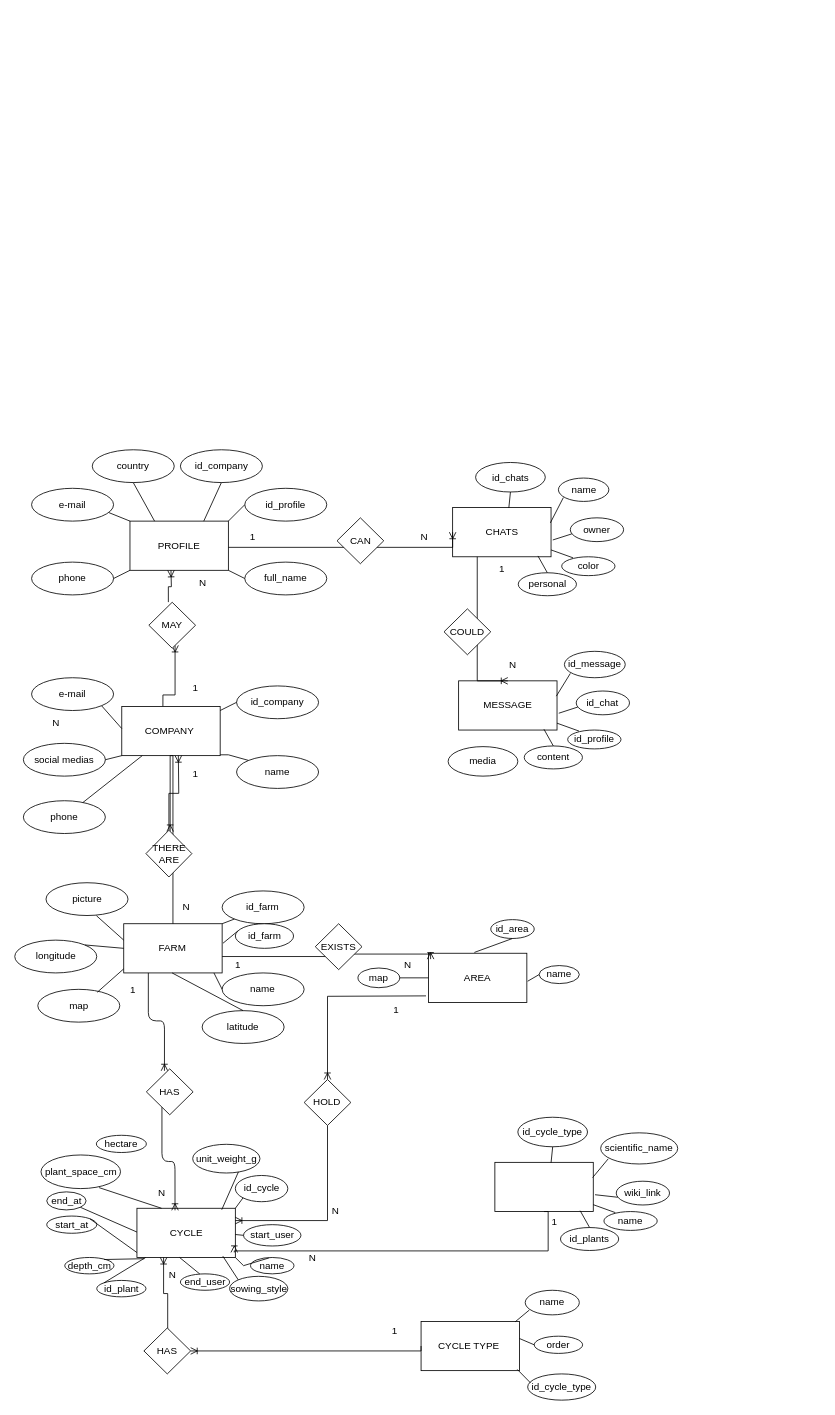
Before: page "HARVORY" (9 of 9) of HARVORY.drawio in LuisCatin/galeria, a draw.io diagram. Source tidied: cells renumbered, new cells numbered last; positions are measured from the earlier drawing's top-left corner, leaving out a move shared by most shapes. Both pictures are drawn from the tidied source at 82%, with x=0, y=0 at pixel (15, 449).
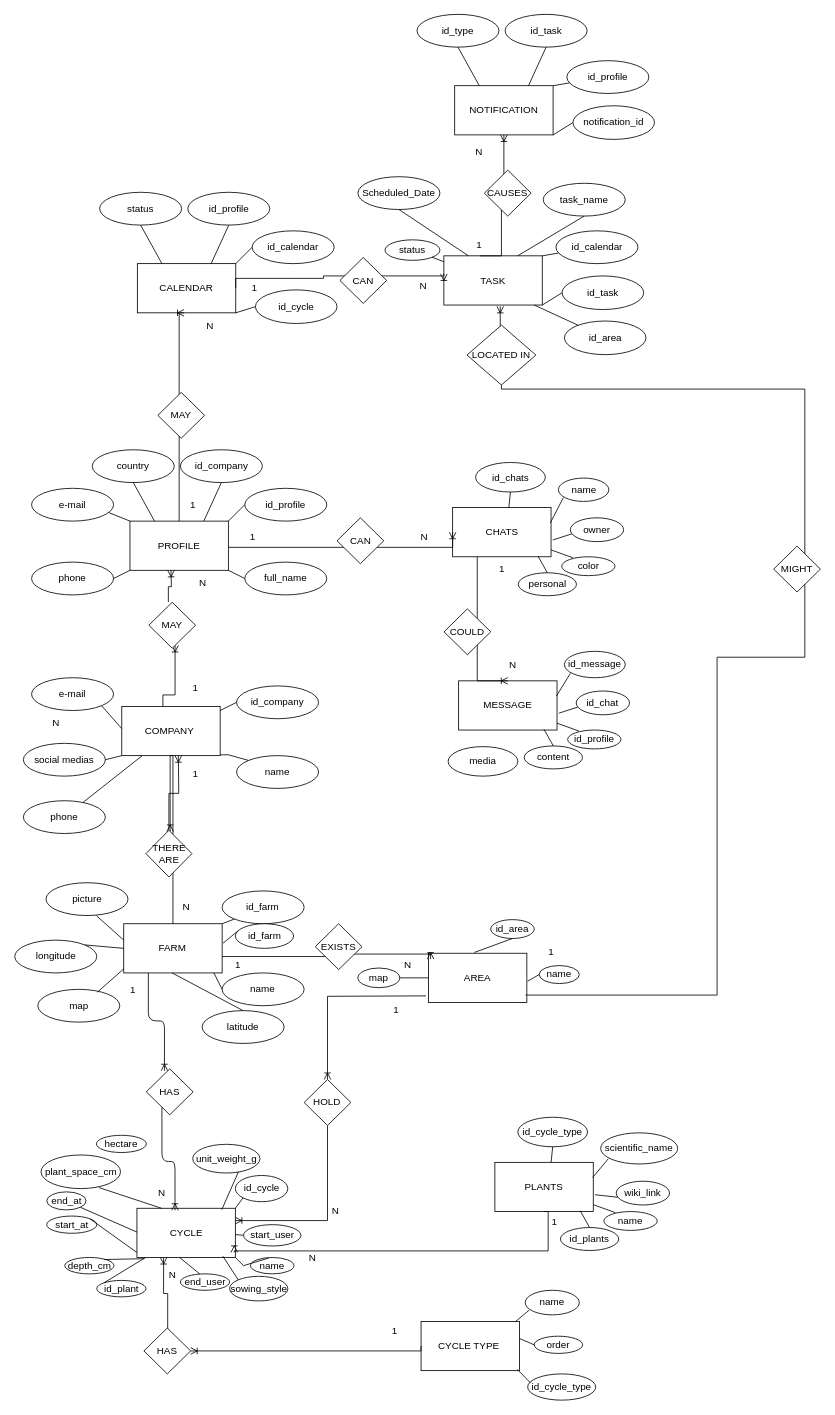
The same page after the edit.

The change refers to these unchanged cells:
```xml
<mxCell id="2" value="PROFILE" style="rounded=0;whiteSpace=wrap;html=1;" parent="1" vertex="1">
  <mxGeometry x="140" y="87" width="120" height="60" as="geometry" />
</mxCell>
```

Diff of the diagram source:
```diff
@@
-    <mxCell id="49" value=" " style="rounded=0;whiteSpace=wrap;html=1;" parent="1" vertex="1">
+    <mxCell id="49" value="PLANTS" style="rounded=0;whiteSpace=wrap;html=1;" parent="1" vertex="1">
       <mxGeometry x="585" y="869" width="120" height="60" as="geometry" />
     </mxCell>
@@
+    <mxCell id="152" value="CALENDAR" style="rounded=0;whiteSpace=wrap;html=1;" parent="1" vertex="1">
+      <mxGeometry x="149" y="-227" width="120" height="60" as="geometry" />
+    </mxCell>
+    <mxCell id="153" value="id_calendar" style="ellipse;whiteSpace=wrap;html=1;" parent="1" vertex="1">
+      <mxGeometry x="289" y="-267" width="100" height="40" as="geometry" />
+    </mxCell>
+    <mxCell id="154" value="id_cycle" style="ellipse;whiteSpace=wrap;html=1;" parent="1" vertex="1">
+      <mxGeometry x="293" y="-195" width="99.5" height="41" as="geometry" />
+    </mxCell>
+    <mxCell id="155" style="endArrow=none;html=1;rounded=0;entryX=0;entryY=0.5;entryDx=0;entryDy=0;" parent="1" edge="1" target="154">
+      <mxGeometry relative="1" as="geometry">
+        <mxPoint x="269" y="-167" as="sourcePoint" />
+      </mxGeometry>
+    </mxCell>
+    <mxCell id="156" style="endArrow=none;html=1;rounded=0;entryX=0;entryY=0.5;entryDx=0;entryDy=0;" parent="1" edge="1" target="153">
+      <mxGeometry relative="1" as="geometry">
+        <mxPoint x="269" y="-227" as="sourcePoint" />
+      </mxGeometry>
+    </mxCell>
+    <mxCell id="157" value="N" style="text;html=1;whiteSpace=wrap;strokeColor=none;fillColor=none;align=center;verticalAlign=middle;rounded=0;" parent="1" vertex="1">
+      <mxGeometry x="208" y="-166" width="60" height="30" as="geometry" />
+    </mxCell>
+    <mxCell id="158" value="status" style="ellipse;whiteSpace=wrap;html=1;" parent="1" vertex="1">
+      <mxGeometry x="103" y="-314" width="100" height="40" as="geometry" />
+    </mxCell>
+    <mxCell id="159" value="id_profile" style="ellipse;whiteSpace=wrap;html=1;" parent="1" vertex="1">
+      <mxGeometry x="210.5" y="-314" width="100" height="40" as="geometry" />
+    </mxCell>
+    <mxCell id="160" style="endArrow=none;html=1;rounded=0;exitX=0.25;exitY=0;exitDx=0;exitDy=0;entryX=0.5;entryY=1;entryDx=0;entryDy=0;" parent="1" edge="1" source="152" target="158">
+      <mxGeometry relative="1" as="geometry" />
+    </mxCell>
+    <mxCell id="161" style="endArrow=none;html=1;rounded=0;exitX=0.75;exitY=0;exitDx=0;exitDy=0;entryX=0.5;entryY=1;entryDx=0;entryDy=0;" parent="1" edge="1" source="152" target="159">
+      <mxGeometry relative="1" as="geometry" />
+    </mxCell>
+    <mxCell id="162" style="edgeStyle=orthogonalEdgeStyle;fontSize=12;html=1;endArrow=ERoneToMany;rounded=0;exitX=0.5;exitY=0;exitDx=0;exitDy=0;" parent="1" edge="1" source="2">
+      <mxGeometry relative="1" as="geometry">
+        <mxPoint x="206" y="-167" as="targetPoint" />
+        <Array as="points">
+          <mxPoint x="200" y="-167" />
+        </Array>
+      </mxGeometry>
+    </mxCell>
+    <mxCell id="163" value="1" style="text;html=1;whiteSpace=wrap;strokeColor=none;fillColor=none;align=center;verticalAlign=middle;rounded=0;" parent="1" vertex="1">
+      <mxGeometry x="187" y="53" width="60" height="30" as="geometry" />
+    </mxCell>
+    <mxCell id="164" value="MAY" style="rhombus;whiteSpace=wrap;html=1;" parent="1" vertex="1">
+      <mxGeometry x="174" y="-70" width="57" height="56" as="geometry" />
+    </mxCell>
+    <mxCell id="165" value="TASK" style="rounded=0;whiteSpace=wrap;html=1;" parent="1" vertex="1">
+      <mxGeometry x="522.8" y="-236.5" width="120" height="60" as="geometry" />
+    </mxCell>
+    <mxCell id="166" value="id_calendar" style="ellipse;whiteSpace=wrap;html=1;" parent="1" vertex="1">
+      <mxGeometry x="659.5" y="-267" width="100" height="40" as="geometry" />
+    </mxCell>
+    <mxCell id="167" value="id_task" style="ellipse;whiteSpace=wrap;html=1;" parent="1" vertex="1">
+      <mxGeometry x="667" y="-212" width="99.5" height="41" as="geometry" />
+    </mxCell>
+    <mxCell id="168" style="endArrow=none;html=1;rounded=0;entryX=0;entryY=0.5;entryDx=0;entryDy=0;" parent="1" edge="1" target="167">
+      <mxGeometry relative="1" as="geometry">
+        <mxPoint x="642.8" y="-176.5" as="sourcePoint" />
+      </mxGeometry>
+    </mxCell>
+    <mxCell id="169" style="endArrow=none;html=1;rounded=0;" parent="1" edge="1" target="166">
+      <mxGeometry relative="1" as="geometry">
+        <mxPoint x="642.8" y="-236.5" as="sourcePoint" />
+      </mxGeometry>
+    </mxCell>
+    <mxCell id="170" value="N" style="text;html=1;whiteSpace=wrap;strokeColor=none;fillColor=none;align=center;verticalAlign=middle;rounded=0;" parent="1" vertex="1">
+      <mxGeometry x="467.8" y="-214.5" width="60" height="30" as="geometry" />
+    </mxCell>
+    <mxCell id="171" value="Scheduled_Date" style="ellipse;whiteSpace=wrap;html=1;" parent="1" vertex="1">
+      <mxGeometry x="418" y="-333" width="100" height="40" as="geometry" />
+    </mxCell>
+    <mxCell id="172" value="task_name" style="ellipse;whiteSpace=wrap;html=1;" parent="1" vertex="1">
+      <mxGeometry x="644" y="-325" width="100" height="40" as="geometry" />
+    </mxCell>
+    <mxCell id="173" style="endArrow=none;html=1;rounded=0;exitX=0.25;exitY=0;exitDx=0;exitDy=0;entryX=0.5;entryY=1;entryDx=0;entryDy=0;" parent="1" edge="1" source="165" target="171">
+      <mxGeometry relative="1" as="geometry" />
+    </mxCell>
+    <mxCell id="174" style="endArrow=none;html=1;rounded=0;exitX=0.75;exitY=0;exitDx=0;exitDy=0;entryX=0.5;entryY=1;entryDx=0;entryDy=0;" parent="1" edge="1" source="165" target="172">
+      <mxGeometry relative="1" as="geometry" />
+    </mxCell>
+    <mxCell id="175" value="status" style="ellipse;whiteSpace=wrap;html=1;" parent="1" vertex="1">
+      <mxGeometry x="451" y="-256" width="67" height="25" as="geometry" />
+    </mxCell>
+    <mxCell id="176" style="endArrow=none;html=1;rounded=0;entryX=1;entryY=1;entryDx=0;entryDy=0;" parent="1" edge="1" source="165" target="175">
+      <mxGeometry relative="1" as="geometry" />
+    </mxCell>
+    <mxCell id="177" style="edgeStyle=orthogonalEdgeStyle;fontSize=12;html=1;endArrow=ERoneToMany;rounded=0;entryX=0;entryY=0.367;entryDx=0;entryDy=0;entryPerimeter=0;" parent="1" edge="1" target="165">
+      <mxGeometry relative="1" as="geometry">
+        <mxPoint x="269" y="-197" as="sourcePoint" />
+        <Array as="points">
+          <mxPoint x="269" y="-209" />
+          <mxPoint x="376" y="-209" />
+          <mxPoint x="376" y="-212" />
+        </Array>
+      </mxGeometry>
+    </mxCell>
+    <mxCell id="178" value="1" style="text;html=1;whiteSpace=wrap;strokeColor=none;fillColor=none;align=center;verticalAlign=middle;rounded=0;" parent="1" vertex="1">
+      <mxGeometry x="261.5" y="-212" width="60" height="30" as="geometry" />
+    </mxCell>
+    <mxCell id="179" value="CAN" style="rhombus;whiteSpace=wrap;html=1;" parent="1" vertex="1">
+      <mxGeometry x="396" y="-234.5" width="57" height="56" as="geometry" />
+    </mxCell>
+    <mxCell id="180" value="NOTIFICATION" style="rounded=0;whiteSpace=wrap;html=1;" parent="1" vertex="1">
+      <mxGeometry x="536" y="-444" width="120" height="60" as="geometry" />
+    </mxCell>
+    <mxCell id="181" value="id_profile" style="ellipse;whiteSpace=wrap;html=1;" parent="1" vertex="1">
+      <mxGeometry x="672.8" y="-474.5" width="100" height="40" as="geometry" />
+    </mxCell>
+    <mxCell id="182" value="notification_id" style="ellipse;whiteSpace=wrap;html=1;" parent="1" vertex="1">
+      <mxGeometry x="680.2" y="-419.5" width="99.5" height="41" as="geometry" />
+    </mxCell>
+    <mxCell id="183" style="endArrow=none;html=1;rounded=0;entryX=0;entryY=0.5;entryDx=0;entryDy=0;" parent="1" edge="1" target="182">
+      <mxGeometry relative="1" as="geometry">
+        <mxPoint x="656" y="-384" as="sourcePoint" />
+      </mxGeometry>
+    </mxCell>
+    <mxCell id="184" style="endArrow=none;html=1;rounded=0;" parent="1" edge="1" target="181">
+      <mxGeometry relative="1" as="geometry">
+        <mxPoint x="656" y="-444" as="sourcePoint" />
+      </mxGeometry>
+    </mxCell>
+    <mxCell id="185" value="N" style="text;html=1;whiteSpace=wrap;strokeColor=none;fillColor=none;align=center;verticalAlign=middle;rounded=0;" parent="1" vertex="1">
+      <mxGeometry x="536" y="-378.5" width="60" height="30" as="geometry" />
+    </mxCell>
+    <mxCell id="186" value="id_type" style="ellipse;whiteSpace=wrap;html=1;" parent="1" vertex="1">
+      <mxGeometry x="490" y="-531" width="100" height="40" as="geometry" />
+    </mxCell>
+    <mxCell id="187" value="id_task" style="ellipse;whiteSpace=wrap;html=1;" parent="1" vertex="1">
+      <mxGeometry x="597.5" y="-531" width="100" height="40" as="geometry" />
+    </mxCell>
+    <mxCell id="188" style="endArrow=none;html=1;rounded=0;exitX=0.25;exitY=0;exitDx=0;exitDy=0;entryX=0.5;entryY=1;entryDx=0;entryDy=0;" parent="1" edge="1" source="180" target="186">
+      <mxGeometry relative="1" as="geometry" />
+    </mxCell>
+    <mxCell id="189" style="endArrow=none;html=1;rounded=0;exitX=0.75;exitY=0;exitDx=0;exitDy=0;entryX=0.5;entryY=1;entryDx=0;entryDy=0;" parent="1" edge="1" source="180" target="187">
+      <mxGeometry relative="1" as="geometry" />
+    </mxCell>
+    <mxCell id="190" style="edgeStyle=orthogonalEdgeStyle;fontSize=12;html=1;endArrow=ERoneToMany;rounded=0;entryX=0.5;entryY=1;entryDx=0;entryDy=0;" parent="1" edge="1" target="180">
+      <mxGeometry relative="1" as="geometry">
+        <mxPoint x="566.5" y="-236.5" as="sourcePoint" />
+        <Array as="points">
+          <mxPoint x="593" y="-236" />
+          <mxPoint x="593" y="-310" />
+          <mxPoint x="596" y="-310" />
+        </Array>
+      </mxGeometry>
+    </mxCell>
+    <mxCell id="191" value="1" style="text;html=1;whiteSpace=wrap;strokeColor=none;fillColor=none;align=center;verticalAlign=middle;rounded=0;" parent="1" vertex="1">
+      <mxGeometry x="536" y="-264.5" width="60" height="30" as="geometry" />
+    </mxCell>
+    <mxCell id="192" value="CAUSES" style="rhombus;whiteSpace=wrap;html=1;" parent="1" vertex="1">
+      <mxGeometry x="572.2" y="-341" width="57" height="56" as="geometry" />
+    </mxCell>
+    <mxCell id="193" value="1" style="text;html=1;whiteSpace=wrap;strokeColor=none;fillColor=none;align=center;verticalAlign=middle;rounded=0;" parent="1" vertex="1">
+      <mxGeometry x="623.5" y="598" width="60" height="30" as="geometry" />
+    </mxCell>
+    <mxCell id="194" style="edgeStyle=orthogonalEdgeStyle;fontSize=12;html=1;endArrow=ERoneToMany;rounded=0;exitX=1;exitY=0.25;exitDx=0;exitDy=0;entryX=0.573;entryY=1.026;entryDx=0;entryDy=0;entryPerimeter=0;" parent="1" edge="1" target="165">
+      <mxGeometry relative="1" as="geometry">
+        <mxPoint x="622.5" y="665" as="sourcePoint" />
+        <Array as="points">
+          <mxPoint x="856" y="665" />
+          <mxPoint x="856" y="253" />
+          <mxPoint x="963" y="253" />
+          <mxPoint x="963" y="-74" />
+          <mxPoint x="593" y="-74" />
+          <mxPoint x="593" y="-101" />
+        </Array>
+      </mxGeometry>
+    </mxCell>
+    <mxCell id="195" value="MIGHT" style="rhombus;whiteSpace=wrap;html=1;" parent="1" vertex="1">
+      <mxGeometry x="925" y="117.5" width="57" height="56" as="geometry" />
+    </mxCell>
+    <mxCell id="196" value="id_area" style="ellipse;whiteSpace=wrap;html=1;" parent="1" vertex="1">
+      <mxGeometry x="669.8" y="-157" width="99.5" height="41" as="geometry" />
+    </mxCell>
+    <mxCell id="197" style="endArrow=none;html=1;rounded=0;entryX=0;entryY=0.5;entryDx=0;entryDy=0;" parent="1" edge="1" source="196">
+      <mxGeometry relative="1" as="geometry">
+        <mxPoint x="633" y="-176.5" as="targetPoint" />
+      </mxGeometry>
+    </mxCell>
+    <mxCell id="198" value="LOCATED IN" style="rhombus;whiteSpace=wrap;html=1;" parent="1" vertex="1">
+      <mxGeometry x="551" y="-152" width="84" height="73" as="geometry" />
+    </mxCell>
```
